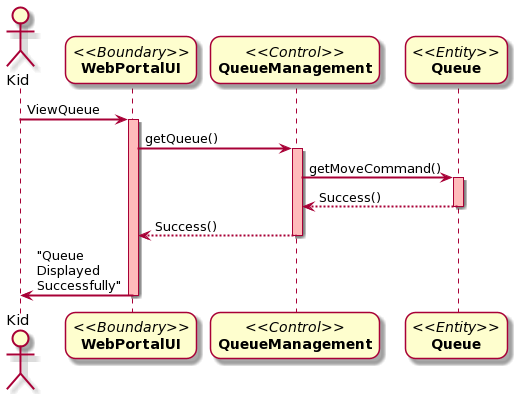
DanielFYJ/2101-2201-Project keeps this PlantUML diagram as Docs/Sequence Diagrams/Project Sequence-Diagram-UC4.png. Above is the earlier version.
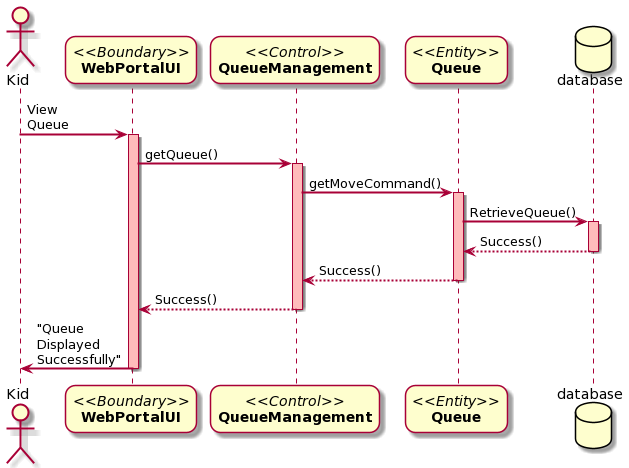
The same file after the commit.

Commit message:
Update Sequence Diagram Case 4 - 6

Change to the diagram source:
```diff
@@ -7,8 +7,10 @@
 participant "//<<Boundary>>//\n**WebPortalUI**" as A
 participant "//<<Control>>//\n**QueueManagement**" as B
 participant "//<<Entity>>//\n**Queue**" as C
+database database
 
-Kid-> A: ViewQueue
+
+Kid-> A: View Queue
 activate A #FFBBBB
 
 A -> B: getQueue()
@@ -16,6 +18,10 @@
 
 B -> C: getMoveCommand()
 activate C #FFBBBB
+C -> database: RetrieveQueue()
+activate database #FFBBBB
+database --> C: Success()
+deactivate database #FFBBBB
 C --> B: Success()
 deactivate C
 
```
